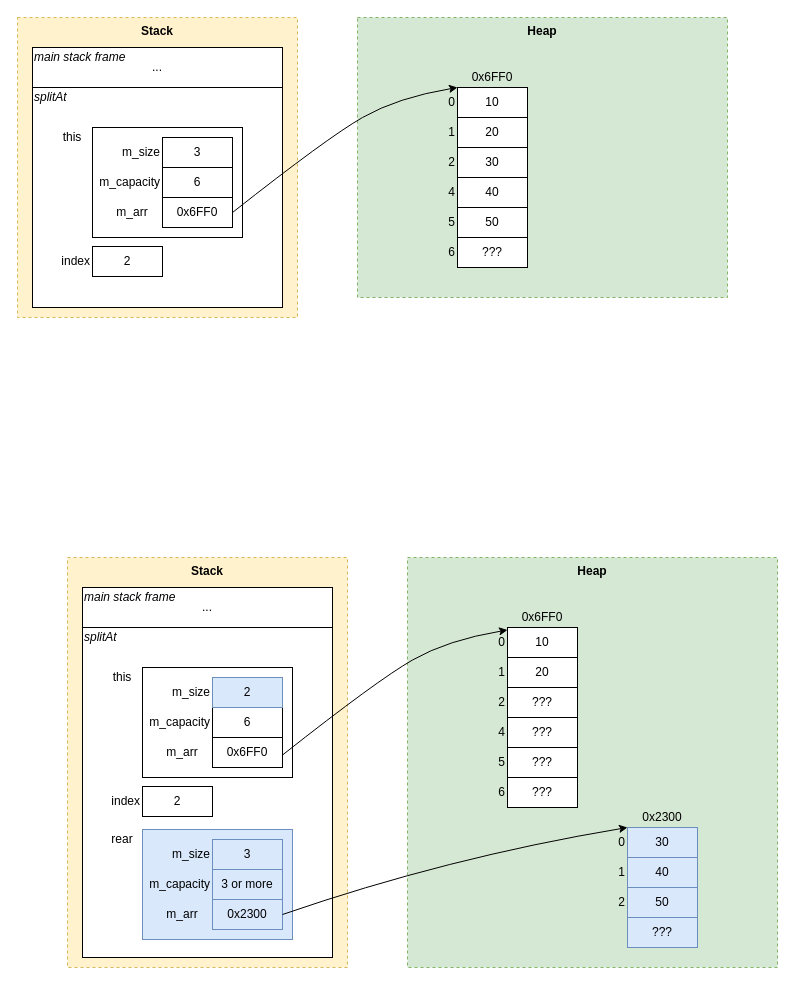
ascholerChemeketa/welcomeprogramming keeps this draw.io diagram as page "Page-4" (4 of 4) of external/images/array-list.drawio. Above is the earlier version. Source tidied: cells renumbered, new cells numbered last; positions are measured from the earlier drawing's top-left corner, leaving out a move shared by most shapes. Both pictures are drawn from the tidied source at 100%, with x=0, y=0 at pixel (17, 17).
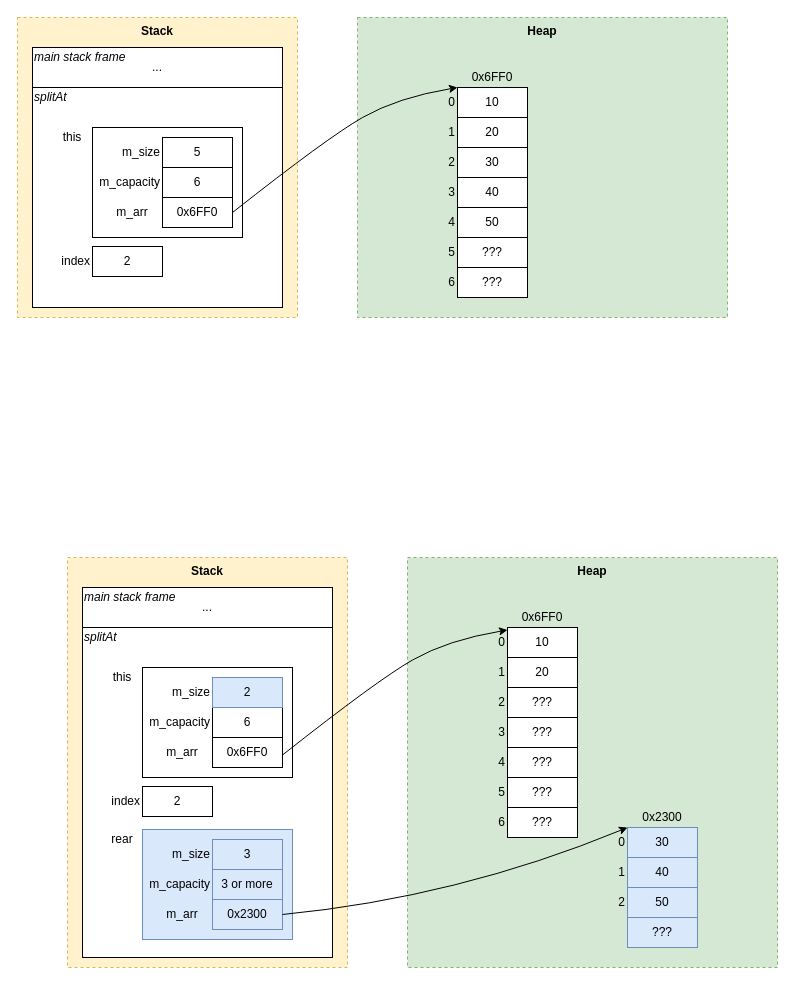
The same page after the edit.

The change refers to these unchanged cells:
```xml
<mxCell id="24" style="group;" parent="1" vertex="1">
  <mxGeometry x="105" y="120" width="110" height="30" as="geometry" />
</mxCell>
<mxCell id="42" value="30" style="rounded=0;whiteSpace=wrap;html=1;fillColor=#dae8fc;strokeColor=#6c8ebf;" parent="1" vertex="1">
  <mxGeometry x="610" y="810" width="70" height="30" as="geometry" />
</mxCell>
<mxCell id="87" value="0x2300" style="rounded=0;whiteSpace=wrap;html=1;fillColor=#dae8fc;strokeColor=#6c8ebf;" parent="86" vertex="1">
  <mxGeometry x="40" width="70" height="30" as="geometry" />
</mxCell>
```

Diff of the diagram source:
```diff
@@
     <mxCell id="2" value="Heap" style="rounded=0;whiteSpace=wrap;html=1;dashed=1;verticalAlign=top;fontStyle=1;fillColor=#d5e8d4;strokeColor=#82b366;fontColor=#000000;" parent="1" vertex="1">
-      <mxGeometry x="340" width="370" height="280" as="geometry" />
+      <mxGeometry x="340" width="370" height="300" as="geometry" />
     </mxCell>
@@
-    <mxCell id="25" value="3" style="rounded=0;whiteSpace=wrap;html=1;" parent="24" vertex="1">
+    <mxCell id="25" value="5" style="rounded=0;whiteSpace=wrap;html=1;" parent="24" vertex="1">
       <mxGeometry x="40" width="70" height="30" as="geometry" />
     </mxCell>
@@
-    <mxCell id="30" value="4" style="text;html=1;align=right;verticalAlign=middle;whiteSpace=wrap;rounded=0;fontColor=#000000;" parent="1" vertex="1">
+    <mxCell id="30" value="3" style="text;html=1;align=right;verticalAlign=middle;whiteSpace=wrap;rounded=0;fontColor=#000000;" parent="1" vertex="1">
       <mxGeometry x="400" y="160" width="40" height="30" as="geometry" />
     </mxCell>
-    <mxCell id="31" value="5" style="text;html=1;align=right;verticalAlign=middle;whiteSpace=wrap;rounded=0;fontColor=#000000;" parent="1" vertex="1">
+    <mxCell id="31" value="4" style="text;html=1;align=right;verticalAlign=middle;whiteSpace=wrap;rounded=0;fontColor=#000000;" parent="1" vertex="1">
       <mxGeometry x="400" y="190" width="40" height="30" as="geometry" />
     </mxCell>
@@
-    <mxCell id="33" value="6" style="text;html=1;align=right;verticalAlign=middle;whiteSpace=wrap;rounded=0;fontColor=#000000;" parent="1" vertex="1">
+    <mxCell id="33" value="5" style="text;html=1;align=right;verticalAlign=middle;whiteSpace=wrap;rounded=0;fontColor=#000000;" parent="1" vertex="1">
       <mxGeometry x="400" y="220" width="40" height="30" as="geometry" />
     </mxCell>
@@
-    <mxCell id="51" value="4" style="text;html=1;align=right;verticalAlign=middle;whiteSpace=wrap;rounded=0;fontColor=#000000;" parent="1" vertex="1">
+    <mxCell id="51" value="3" style="text;html=1;align=right;verticalAlign=middle;whiteSpace=wrap;rounded=0;fontColor=#000000;" parent="1" vertex="1">
       <mxGeometry x="450" y="700" width="40" height="30" as="geometry" />
     </mxCell>
-    <mxCell id="52" value="5" style="text;html=1;align=right;verticalAlign=middle;whiteSpace=wrap;rounded=0;fontColor=#000000;" parent="1" vertex="1">
+    <mxCell id="52" value="4" style="text;html=1;align=right;verticalAlign=middle;whiteSpace=wrap;rounded=0;fontColor=#000000;" parent="1" vertex="1">
       <mxGeometry x="450" y="730" width="40" height="30" as="geometry" />
     </mxCell>
@@
-    <mxCell id="54" value="6" style="text;html=1;align=right;verticalAlign=middle;whiteSpace=wrap;rounded=0;fontColor=#000000;" parent="1" vertex="1">
+    <mxCell id="54" value="5" style="text;html=1;align=right;verticalAlign=middle;whiteSpace=wrap;rounded=0;fontColor=#000000;" parent="1" vertex="1">
       <mxGeometry x="450" y="760" width="40" height="30" as="geometry" />
     </mxCell>
@@
+    <mxCell id="93" value="???" style="rounded=0;whiteSpace=wrap;html=1;fillColor=#dae8fc;strokeColor=#6c8ebf;" parent="1" vertex="1">
+      <mxGeometry x="610" y="900" width="70" height="30" as="geometry" />
+    </mxCell>
+    <mxCell id="94" value="???" style="rounded=0;whiteSpace=wrap;html=1;" parent="1" vertex="1">
+      <mxGeometry x="440" y="250" width="70" height="30" as="geometry" />
+    </mxCell>
+    <mxCell id="95" value="6" style="text;html=1;align=right;verticalAlign=middle;whiteSpace=wrap;rounded=0;fontColor=#000000;" parent="1" vertex="1">
+      <mxGeometry x="400" y="250" width="40" height="30" as="geometry" />
+    </mxCell>
+    <mxCell id="96" value="???" style="rounded=0;whiteSpace=wrap;html=1;" parent="1" vertex="1">
+      <mxGeometry x="490" y="790" width="70" height="30" as="geometry" />
+    </mxCell>
+    <mxCell id="97" value="6" style="text;html=1;align=right;verticalAlign=middle;whiteSpace=wrap;rounded=0;fontColor=#000000;" parent="1" vertex="1">
+      <mxGeometry x="450" y="790" width="40" height="30" as="geometry" />
+    </mxCell>
     <mxCell id="92" style="curved=1;endArrow=classic;html=1;rounded=0;exitX=1;exitY=0.5;exitDx=0;exitDy=0;entryX=0;entryY=0;entryDx=0;entryDy=0;" parent="1" edge="1" source="87" target="42">
       <mxGeometry relative="1" as="geometry">
         <Array as="points">
-          <mxPoint x="430" y="840" />
+          <mxPoint x="440" y="880" />
         </Array>
       </mxGeometry>
     </mxCell>
-    <mxCell id="93" value="???" style="rounded=0;whiteSpace=wrap;html=1;fillColor=#dae8fc;strokeColor=#6c8ebf;" parent="1" vertex="1">
-      <mxGeometry x="610" y="900" width="70" height="30" as="geometry" />
-    </mxCell>
```
